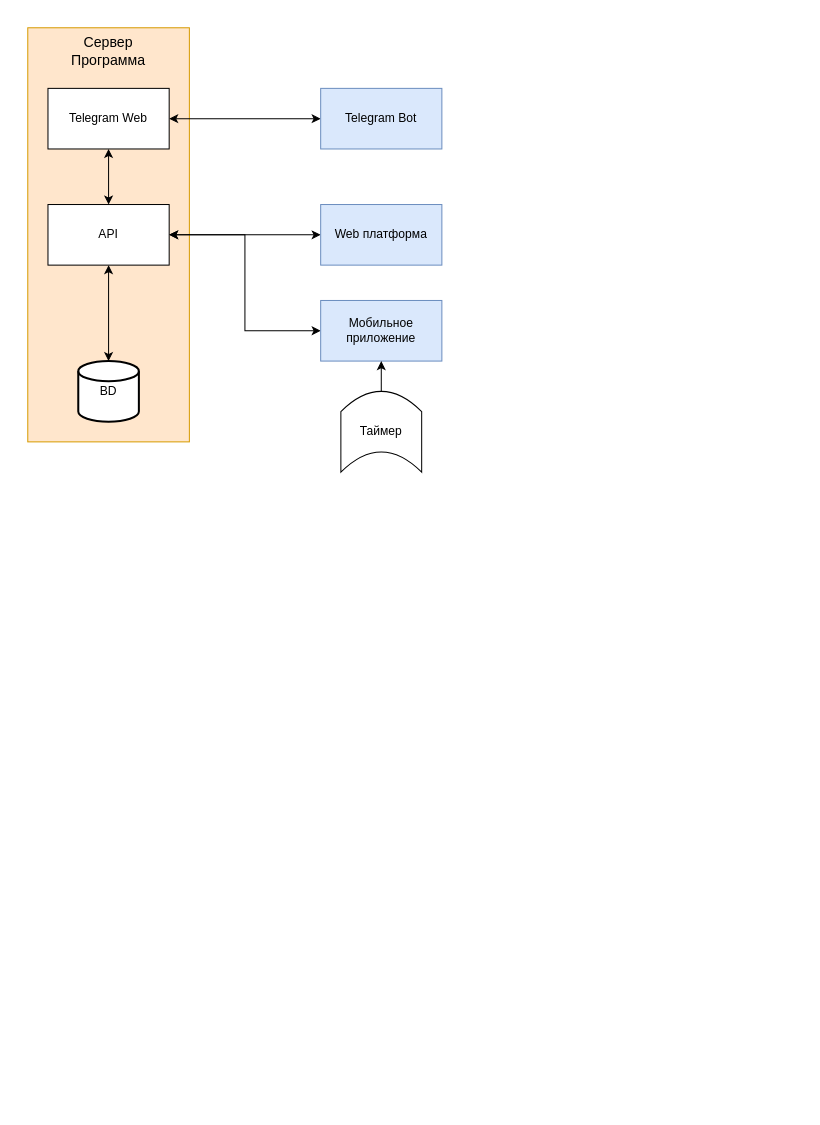
Before: readme/Диаграмма без названия.drawio in EhIvan/tir, a draw.io diagram. Source tidied: cells renumbered, new cells numbered last; positions are measured from the earlier drawing's top-left corner, leaving out a move shared by most shapes. Both pictures are drawn from the tidied source at 101%, with x=0, y=0 at pixel (27, 27).
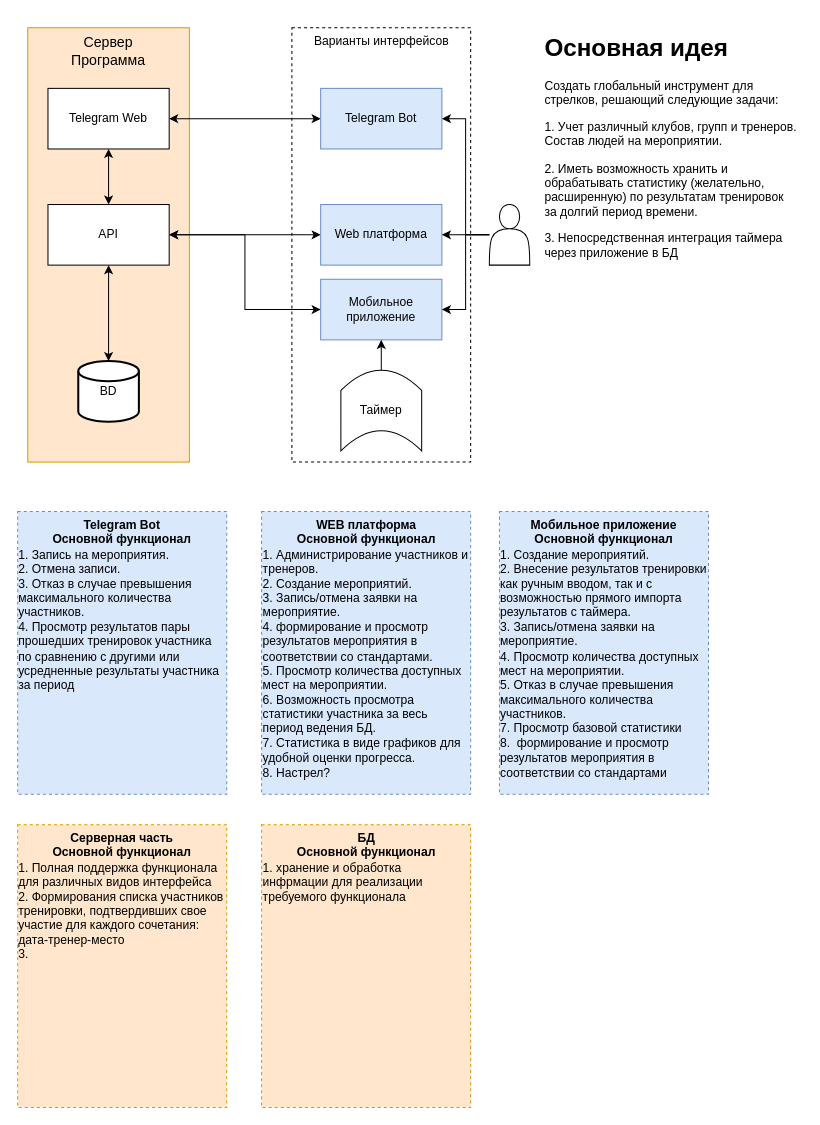
The same page after the edit.

Unchanged cells that the change refers to:
```xml
<mxCell id="5" value="Telegram Bot" style="rounded=0;whiteSpace=wrap;html=1;fillColor=#dae8fc;strokeColor=#6c8ebf;" parent="1" vertex="1">
  <mxGeometry x="290" y="60" width="120" height="60" as="geometry" />
</mxCell>
<mxCell id="11" value="Web платформа" style="rounded=0;whiteSpace=wrap;html=1;fillColor=#dae8fc;strokeColor=#6c8ebf;" parent="1" vertex="1">
  <mxGeometry x="290" y="175" width="120" height="60" as="geometry" />
</mxCell>
```

What changed in the source:
```diff
@@
+    <mxCell id="17" value="Варианты интерфейсов" style="rounded=0;whiteSpace=wrap;html=1;fillColor=none;dashed=1;verticalAlign=top;" parent="1" vertex="1">
+      <mxGeometry x="261.5" width="177" height="430" as="geometry" />
+    </mxCell>
     <mxCell id="2" value="&lt;font style=&quot;font-size: 14px&quot;&gt;Сервер&lt;br&gt;Программа&lt;br&gt;&lt;/font&gt;" style="rounded=0;whiteSpace=wrap;html=1;fillColor=#ffe6cc;strokeColor=#d79b00;align=center;labelPosition=center;verticalLabelPosition=middle;verticalAlign=top;" parent="1" vertex="1">
-      <mxGeometry width="160" height="410" as="geometry" />
+      <mxGeometry width="160" height="430" as="geometry" />
     </mxCell>
@@
     <mxCell id="13" value="Мобильное приложение" style="rounded=0;whiteSpace=wrap;html=1;fillColor=#dae8fc;strokeColor=#6c8ebf;" parent="1" vertex="1">
-      <mxGeometry x="290" y="270" width="120" height="60" as="geometry" />
+      <mxGeometry x="290" y="249" width="120" height="60" as="geometry" />
     </mxCell>
@@
     <mxCell id="16" value="Таймер" style="shape=dataStorage;whiteSpace=wrap;html=1;fixedSize=1;direction=south;" parent="1" vertex="1">
-      <mxGeometry x="310" y="360" width="80" height="80" as="geometry" />
+      <mxGeometry x="310" y="339" width="80" height="80" as="geometry" />
     </mxCell>
+    <mxCell id="18" style="edgeStyle=orthogonalEdgeStyle;rounded=0;jettySize=auto;html=1;entryX=1;entryY=0.5;entryDx=0;entryDy=0;startArrow=none;startFill=0;endArrow=classic;endFill=1;" parent="1" edge="1" source="21" target="5">
+      <mxGeometry relative="1" as="geometry" />
+    </mxCell>
+    <mxCell id="19" style="edgeStyle=orthogonalEdgeStyle;rounded=0;jettySize=auto;html=1;entryX=1;entryY=0.5;entryDx=0;entryDy=0;startArrow=none;startFill=0;endArrow=classic;endFill=1;" parent="1" edge="1" source="21" target="11">
+      <mxGeometry relative="1" as="geometry" />
+    </mxCell>
+    <mxCell id="20" style="edgeStyle=orthogonalEdgeStyle;rounded=0;jettySize=auto;html=1;entryX=1;entryY=0.5;entryDx=0;entryDy=0;startArrow=none;startFill=0;endArrow=classic;endFill=1;" parent="1" edge="1" source="21" target="13">
+      <mxGeometry relative="1" as="geometry" />
+    </mxCell>
+    <mxCell id="21" style="shape=actor;whiteSpace=wrap;html=1;" parent="1" vertex="1">
+      <mxGeometry x="457" y="175" width="40" height="60" as="geometry" />
+    </mxCell>
+    <mxCell id="22" value="&lt;h1&gt;Основная идея&lt;/h1&gt;&lt;p&gt;Создать глобальный инструмент для стрелков, решающий следующие задачи:&lt;/p&gt;&lt;p&gt;1. Учет различный клубов, групп и тренеров. Состав людей на мероприятии.&lt;/p&gt;&lt;p&gt;2. Иметь возможность хранить и обрабатывать статистику (желательно, расширенную) по результатам тренировок за долгий период времени.&lt;/p&gt;&lt;p&gt;3. Непосредственная интеграция таймера через приложение в БД&amp;nbsp;&lt;/p&gt;" style="text;html=1;strokeColor=none;fillColor=none;spacing=5;spacingTop=-20;whiteSpace=wrap;overflow=hidden;rounded=0;dashed=1;" parent="1" vertex="1">
+      <mxGeometry x="507" width="260" height="269" as="geometry" />
+    </mxCell>
+    <mxCell id="23" value="&lt;b&gt;Telegram Bot&lt;br&gt;Основной функционал&lt;/b&gt;&lt;br&gt;&lt;div style=&quot;text-align: left&quot;&gt;&lt;span&gt;1. Запись на мероприятия.&lt;/span&gt;&lt;/div&gt;&lt;div style=&quot;text-align: left&quot;&gt;&lt;span&gt;2. Отмена записи.&lt;/span&gt;&lt;/div&gt;&lt;div style=&quot;text-align: left&quot;&gt;&lt;span&gt;3. Отказ в случае превышения максимального количества участников.&lt;/span&gt;&lt;/div&gt;&lt;div style=&quot;text-align: left&quot;&gt;&lt;span&gt;4. Просмотр результатов пары прошедших тренировок участника по сравнению с другими или усредненные результаты участника за период&lt;/span&gt;&lt;/div&gt;" style="rounded=0;whiteSpace=wrap;html=1;dashed=1;fillColor=#dae8fc;strokeColor=#6c8ebf;verticalAlign=top;" parent="1" vertex="1">
+      <mxGeometry x="-10" y="479" width="207" height="280" as="geometry" />
+    </mxCell>
+    <mxCell id="24" value="&lt;b&gt;WEB платформа&lt;br&gt;Основной функционал&lt;/b&gt;&lt;br&gt;&lt;div style=&quot;text-align: left&quot;&gt;&lt;span&gt;1. Администрирование участников и тренеров.&lt;/span&gt;&lt;/div&gt;&lt;div style=&quot;text-align: left&quot;&gt;&lt;span&gt;2. Создание мероприятий.&lt;/span&gt;&lt;/div&gt;&lt;div style=&quot;text-align: left&quot;&gt;&lt;span&gt;3. Запись/отмена заявки на мероприятие.&lt;/span&gt;&lt;/div&gt;&lt;div style=&quot;text-align: left&quot;&gt;&lt;span&gt;4.&amp;nbsp;&lt;/span&gt;&lt;span&gt;формирование и просмотр результатов мероприятия в соответствии со стандартами.&lt;/span&gt;&lt;/div&gt;&lt;div style=&quot;text-align: left&quot;&gt;&lt;span&gt;5. Просмотр количества доступных мест на мероприятии.&lt;/span&gt;&lt;/div&gt;&lt;div style=&quot;text-align: left&quot;&gt;&lt;span&gt;6. Возможность просмотра статистики участника за весь период&amp;nbsp;ведения БД.&lt;/span&gt;&lt;/div&gt;&lt;div style=&quot;text-align: left&quot;&gt;&lt;span&gt;7. Статистика в виде графиков для удобной оценки прогресса.&lt;/span&gt;&lt;/div&gt;&lt;div style=&quot;text-align: left&quot;&gt;&lt;span&gt;8. Настрел?&lt;/span&gt;&lt;/div&gt;&lt;div style=&quot;text-align: left&quot;&gt;&lt;span&gt;&lt;br&gt;&lt;/span&gt;&lt;/div&gt;" style="rounded=0;whiteSpace=wrap;html=1;dashed=1;fillColor=#dae8fc;strokeColor=#6c8ebf;verticalAlign=top;" parent="1" vertex="1">
+      <mxGeometry x="231.5" y="479" width="207" height="280" as="geometry" />
+    </mxCell>
+    <mxCell id="25" value="&lt;b&gt;Мобильное приложение&lt;br&gt;Основной функционал&lt;/b&gt;&lt;br&gt;&lt;div style=&quot;text-align: left&quot;&gt;&lt;span&gt;1.&amp;nbsp;&lt;/span&gt;&lt;span&gt;Создание мероприятий.&lt;/span&gt;&lt;/div&gt;&lt;div style=&quot;text-align: left&quot;&gt;&lt;span&gt;2. Внесение результатов тренировки как ручным вводом, так и с возможностью прямого импорта результатов с таймера.&lt;/span&gt;&lt;/div&gt;&lt;div style=&quot;text-align: left&quot;&gt;&lt;span&gt;3. Запись/отмена заявки на мероприятие.&lt;/span&gt;&lt;/div&gt;&lt;div style=&quot;text-align: left&quot;&gt;&lt;span&gt;4. Просмотр количества доступных мест на мероприятии.&lt;/span&gt;&lt;/div&gt;&lt;div style=&quot;text-align: left&quot;&gt;&lt;span&gt;5.&amp;nbsp;&lt;/span&gt;&lt;span&gt;Отказ в случае превышения максимального количества участников.&lt;/span&gt;&lt;/div&gt;&lt;div style=&quot;text-align: left&quot;&gt;&lt;span&gt;7. Просмотр базовой статистики&lt;/span&gt;&lt;/div&gt;&lt;div style=&quot;text-align: left&quot;&gt;&lt;span&gt;8.&amp;nbsp; формирование и просмотр результатов мероприятия в соответствии со стандартами&lt;/span&gt;&lt;/div&gt;&lt;div style=&quot;text-align: left&quot;&gt;&lt;span&gt;&lt;br&gt;&lt;/span&gt;&lt;/div&gt;" style="rounded=0;whiteSpace=wrap;html=1;dashed=1;fillColor=#dae8fc;strokeColor=#6c8ebf;verticalAlign=top;" parent="1" vertex="1">
+      <mxGeometry x="467" y="479" width="207" height="280" as="geometry" />
+    </mxCell>
+    <mxCell id="26" value="&lt;b&gt;Серверная часть&lt;br&gt;Основной функционал&lt;/b&gt;&lt;br&gt;&lt;div style=&quot;text-align: left&quot;&gt;&lt;span&gt;1. Полная поддержка функционала для различных видов интерфейса&lt;br&gt;&lt;/span&gt;&lt;/div&gt;&lt;div style=&quot;text-align: left&quot;&gt;&lt;span&gt;2. Формирования списка участников тренировки, подтвердивших свое участие для каждого сочетания: дата-тренер-место&lt;/span&gt;&lt;/div&gt;&lt;div style=&quot;text-align: left&quot;&gt;&lt;span&gt;3.&amp;nbsp;&lt;/span&gt;&lt;/div&gt;" style="rounded=0;whiteSpace=wrap;html=1;dashed=1;fillColor=#ffe6cc;strokeColor=#d79b00;verticalAlign=top;" parent="1" vertex="1">
+      <mxGeometry x="-10" y="789" width="207" height="280" as="geometry" />
+    </mxCell>
+    <mxCell id="27" value="&lt;b&gt;БД&lt;br&gt;Основной функционал&lt;/b&gt;&lt;br&gt;&lt;div style=&quot;text-align: left&quot;&gt;&lt;span&gt;1. хранение и обработка инфрмации для реализации требуемого функционала&lt;/span&gt;&lt;/div&gt;" style="rounded=0;whiteSpace=wrap;html=1;dashed=1;fillColor=#ffe6cc;strokeColor=#d79b00;verticalAlign=top;" parent="1" vertex="1">
+      <mxGeometry x="231.5" y="789" width="207" height="280" as="geometry" />
+    </mxCell>
```
